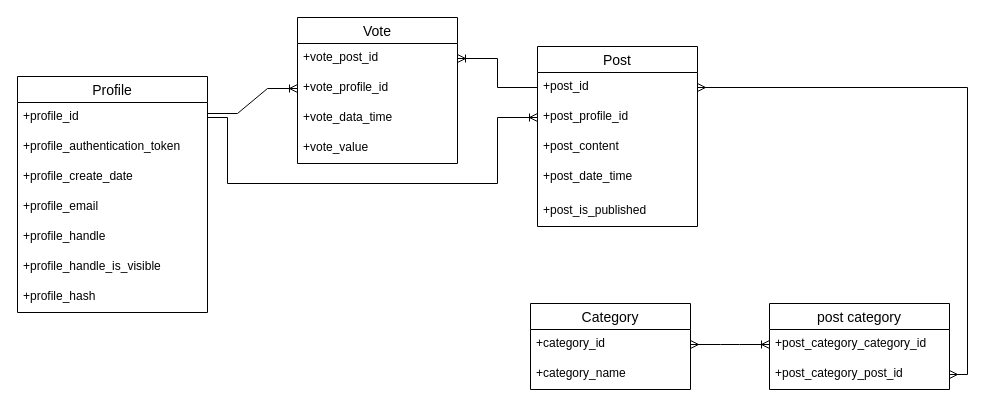
Above: Entity Relationship Diagram.drawio in dreamy-dream-team/dream-team (draw.io), before the change. Source tidied: cells renumbered, new cells numbered last; positions are measured from the earlier drawing's top-left corner, leaving out a move shared by most shapes. Both pictures are drawn from the tidied source at 100%, with x=0, y=0 at pixel (17, 17).
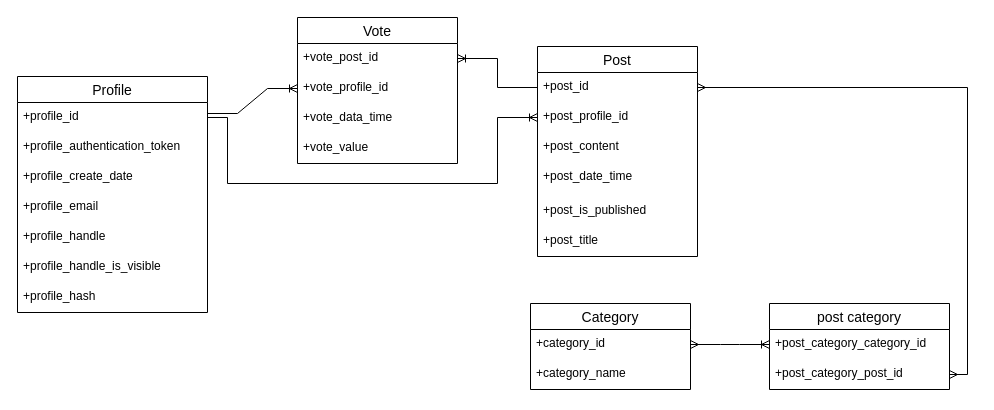
The same diagram, later.

Diff of the diagram source:
```diff
@@
     <mxCell id="2" value="Post" style="swimlane;fontStyle=0;horizontal=1;startSize=26;align=center;fontSize=14;" parent="1" vertex="1">
-      <mxGeometry x="520" y="29" width="160" height="180" as="geometry" />
+      <mxGeometry x="520" y="29" width="160" height="210" as="geometry" />
     </mxCell>
@@
+    <mxCell id="32" value="+post_title" style="text;strokeColor=none;fillColor=none;spacingLeft=4;spacingRight=4;overflow=hidden;fontSize=12;whiteSpace=wrap;html=1;" parent="2" vertex="1">
+      <mxGeometry y="180" width="160" height="30" as="geometry" />
+    </mxCell>
```
